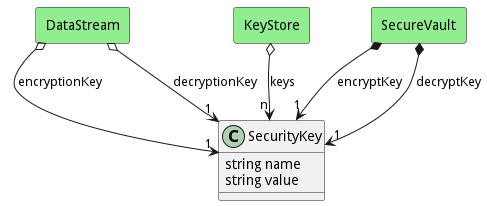
Earlier version of the PlantUML export docs/sabr/sa/models/securitykey/logical.png (madajaju/sabr).
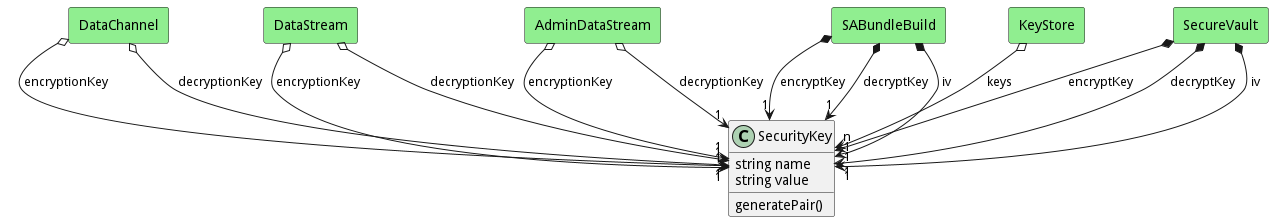
After the commit.

Diff of the diagram source:
```diff
@@ -4,10 +4,21 @@
  string name
  string value
 
+ generatePair()
 
 }
 
 
+
+    rectangle "DataChannel" as DataChannel #lightgreen {
+    }
+
+        DataChannel   o--> "1" Model : "encryptionKey"
+
+    rectangle "DataChannel" as DataChannel #lightgreen {
+    }
+
+        DataChannel   o--> "1" Model : "decryptionKey"
 
     rectangle "DataStream" as DataStream #lightgreen {
     }
@@ -18,6 +29,31 @@
     }
 
         DataStream   o--> "1" Model : "decryptionKey"
+
+    rectangle "AdminDataStream" as AdminDataStream #lightgreen {
+    }
+
+        AdminDataStream   o--> "1" Model : "encryptionKey"
+
+    rectangle "AdminDataStream" as AdminDataStream #lightgreen {
+    }
+
+        AdminDataStream   o--> "1" Model : "decryptionKey"
+
+    rectangle "SABundleBuild" as SABundleBuild #lightgreen {
+    }
+
+        SABundleBuild   *--> "1" Model : "encryptKey"
+
+    rectangle "SABundleBuild" as SABundleBuild #lightgreen {
+    }
+
+        SABundleBuild   *--> "1" Model : "decryptKey"
+
+    rectangle "SABundleBuild" as SABundleBuild #lightgreen {
+    }
+
+        SABundleBuild   *--> "1" Model : "iv"
 
     rectangle "KeyStore" as KeyStore #lightgreen {
     }
@@ -34,5 +70,10 @@
 
         SecureVault   *--> "1" Model : "decryptKey"
 
+    rectangle "SecureVault" as SecureVault #lightgreen {
+    }
+
+        SecureVault   *--> "1" Model : "iv"
+
 
 @enduml
```
